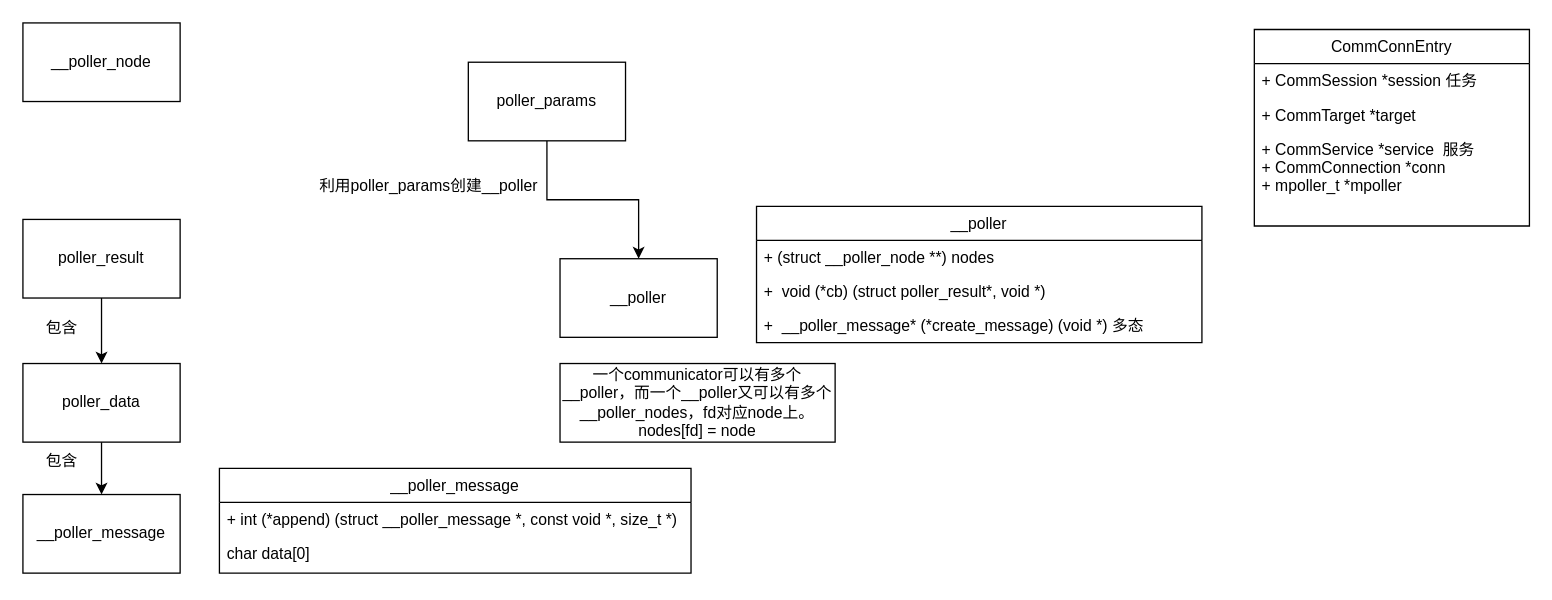
doudou215/regret_q_learning keeps this draw.io diagram as page "Page-2" (2 of 3) of Untitled Diagram.drawio. Above is the earlier version. Source tidied: cells renumbered, new cells numbered last; positions are measured from the earlier drawing's top-left corner, leaving out a move shared by most shapes. Both pictures are drawn from the tidied source at 131%, with x=0, y=0 at pixel (22, 22).
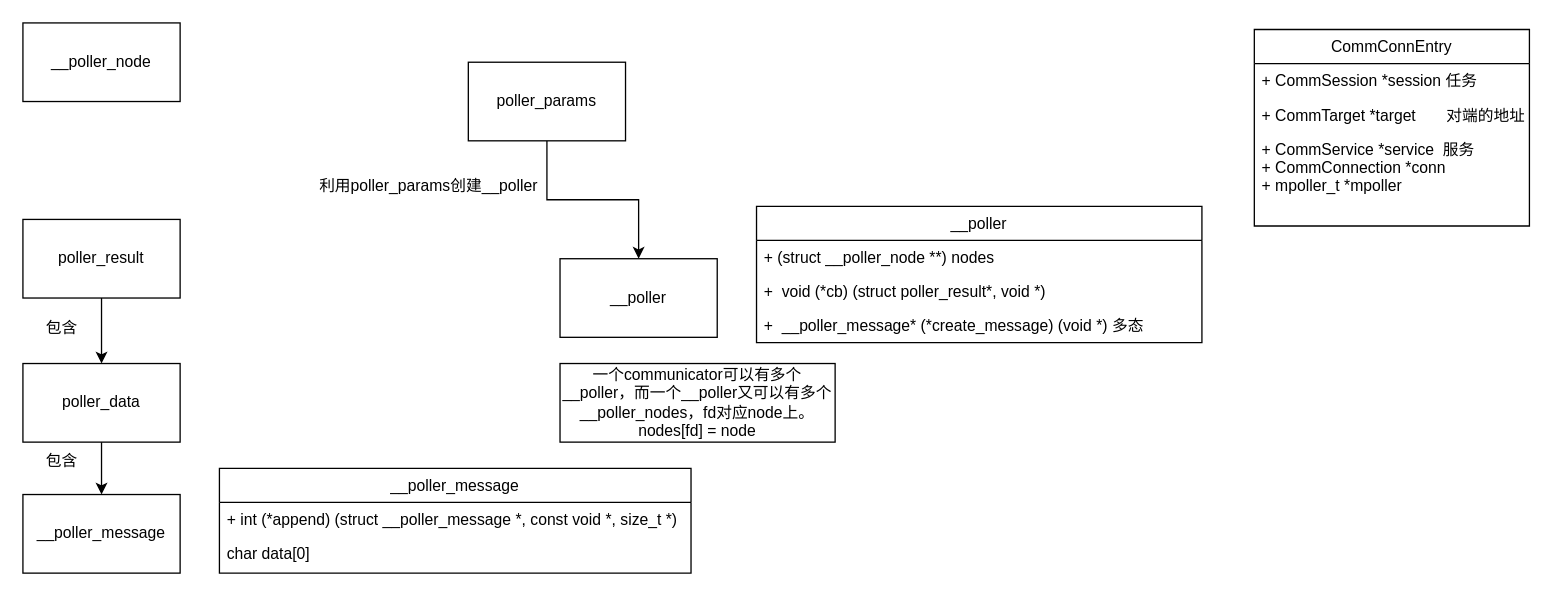
The same page after the edit.

Unchanged cells that the change refers to:
```xml
<mxCell id="22" value="CommConnEntry" style="swimlane;fontStyle=0;horizontal=1;startSize=26;fillColor=none;" parent="1" vertex="1">
  <mxGeometry x="940" y="5" width="210" height="150" as="geometry" />
</mxCell>
```

Change to the diagram source:
```diff
@@
-    <mxCell id="24" value="+ CommTarget *target" style="text;strokeColor=none;fillColor=none;align=left;verticalAlign=top;spacingLeft=4;spacingRight=4;overflow=hidden;" parent="22" vertex="1">
+    <mxCell id="24" value="+ CommTarget *target       对端的地址" style="text;strokeColor=none;fillColor=none;align=left;verticalAlign=top;spacingLeft=4;spacingRight=4;overflow=hidden;" parent="22" vertex="1">
       <mxGeometry y="52" width="210" height="26" as="geometry" />
     </mxCell>
```
